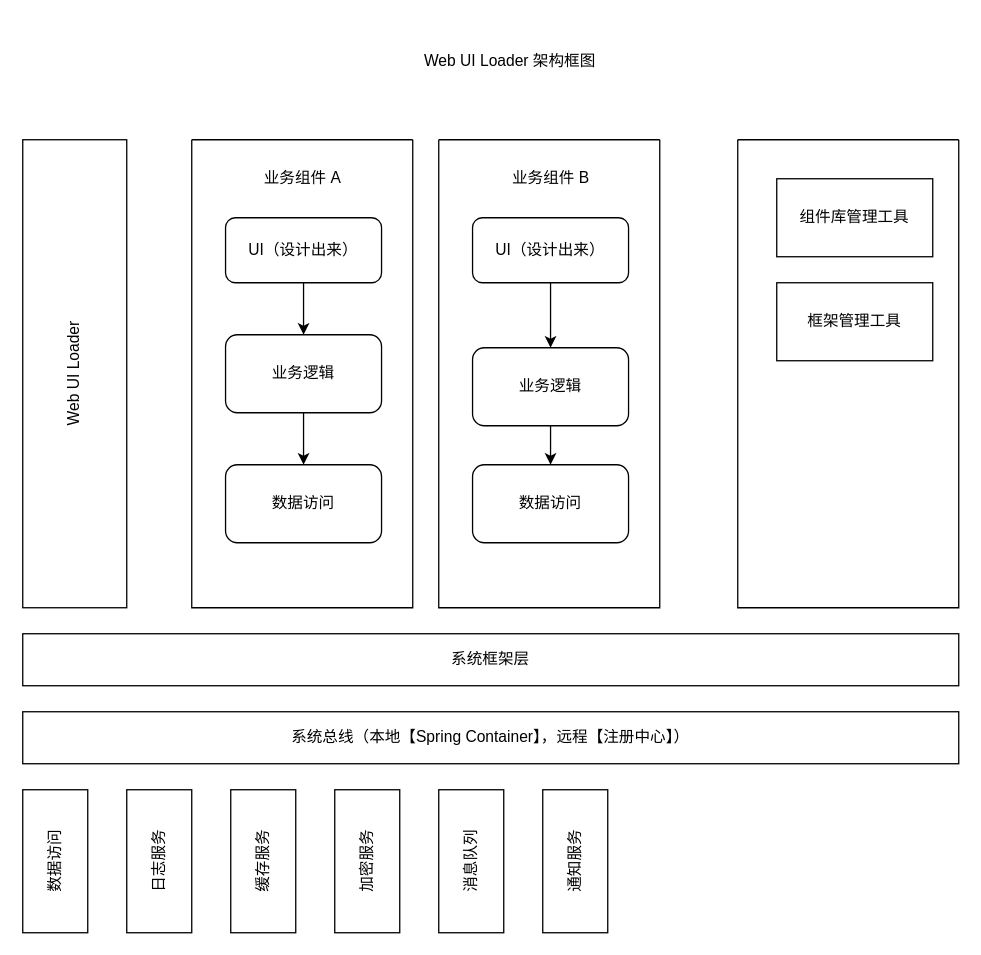
wilson9898/firstgitproject keeps this draw.io diagram as project01/Untitled Diagram.drawio. Above is the earlier version. Source tidied: cells renumbered, new cells numbered last; positions are measured from the earlier drawing's top-left corner, leaving out a move shared by most shapes. Both pictures are drawn from the tidied source at 130%, with x=0, y=0 at pixel (22, 22).
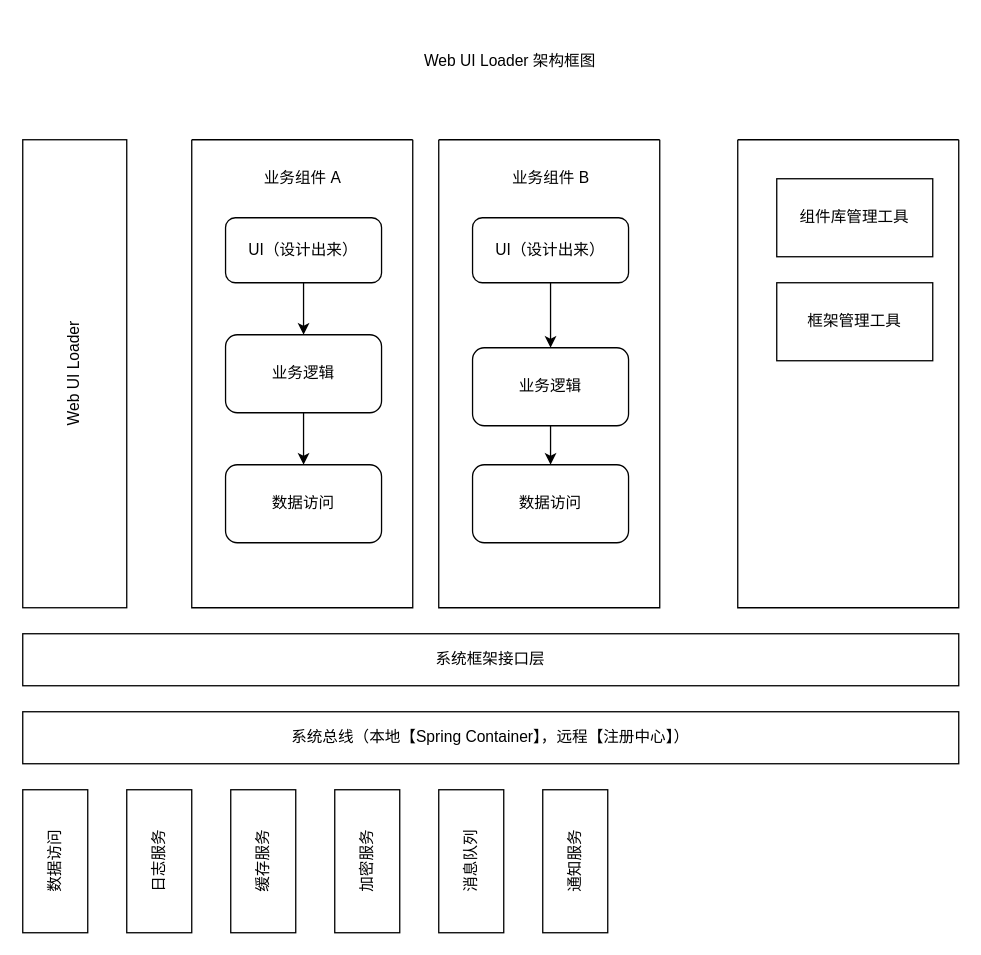
The same page after the edit.

Diff of the diagram source:
```diff
@@
-    <mxCell id="28" value="系统框架层" style="rounded=0;whiteSpace=wrap;html=1;" parent="1" vertex="1">
+    <mxCell id="28" value="系统框架接口层" style="rounded=0;whiteSpace=wrap;html=1;" parent="1" vertex="1">
       <mxGeometry y="470" width="720" height="40" as="geometry" />
     </mxCell>
```
